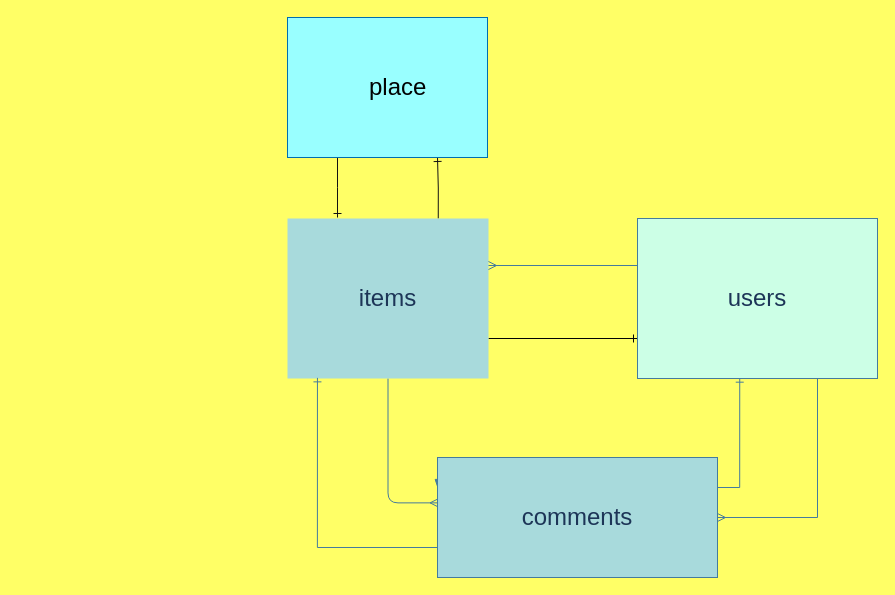
The draw.io diagram er.dio in tomichihi/furima-35519, before the edit. Source tidied: cells renumbered, new cells numbered last; positions are measured from the earlier drawing's top-left corner, leaving out a move shared by most shapes. Both pictures are drawn from the tidied source at 100%, with x=0, y=0 at pixel (287, 17).
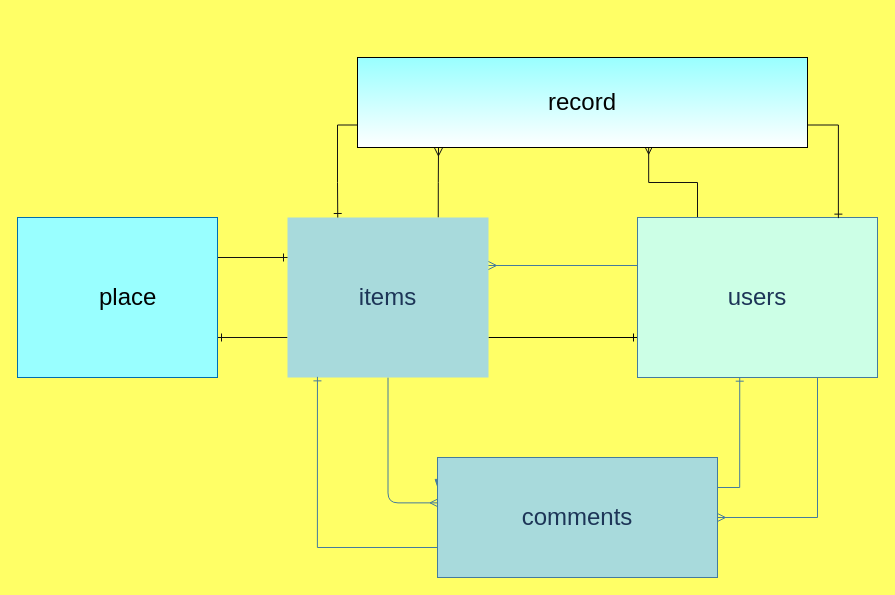
Above is the later version.

What changed in the source:
```diff
@@
-    <mxCell id="6" style="edgeStyle=orthogonalEdgeStyle;rounded=0;jettySize=auto;html=1;exitX=0.75;exitY=0;exitDx=0;exitDy=0;entryX=0.75;entryY=1;entryDx=0;entryDy=0;strokeColor=#121212;endArrow=ERone;endFill=0;" parent="1" edge="1" source="7" target="15">
+    <mxCell id="6" style="edgeStyle=orthogonalEdgeStyle;rounded=0;jettySize=auto;html=1;exitX=0;exitY=0.75;exitDx=0;exitDy=0;entryX=1;entryY=0.75;entryDx=0;entryDy=0;endArrow=ERone;endFill=0;strokeColor=#121212;" parent="1" edge="1" source="7" target="15">
       <mxGeometry relative="1" as="geometry" />
     </mxCell>
+    <mxCell id="16" style="edgeStyle=orthogonalEdgeStyle;rounded=0;jettySize=auto;html=1;exitX=0.75;exitY=0;exitDx=0;exitDy=0;entryX=0.18;entryY=1.004;entryDx=0;entryDy=0;entryPerimeter=0;endArrow=ERmany;endFill=0;strokeColor=#121212;" parent="1" edge="1" source="7" target="21">
+      <mxGeometry relative="1" as="geometry" />
+    </mxCell>
     <mxCell id="7" value="&lt;font style=&quot;font-size: 24px&quot;&gt;items&lt;/font&gt;" style="rounded=0;whiteSpace=wrap;html=1;fillColor=#A8DADC;fontColor=#1D3557;strokeColor=none;" parent="1" vertex="1">
-      <mxGeometry y="201" width="201" height="160" as="geometry" />
+      <mxGeometry y="200" width="201" height="160" as="geometry" />
     </mxCell>
@@
+    <mxCell id="17" style="edgeStyle=orthogonalEdgeStyle;rounded=0;jettySize=auto;html=1;exitX=0.25;exitY=0;exitDx=0;exitDy=0;entryX=0.647;entryY=0.985;entryDx=0;entryDy=0;entryPerimeter=0;endArrow=ERmany;endFill=0;strokeColor=#121212;" parent="1" edge="1" source="10" target="21">
+      <mxGeometry relative="1" as="geometry" />
+    </mxCell>
     <mxCell id="10" value="&lt;font style=&quot;font-size: 24px&quot;&gt;users&lt;/font&gt;" style="whiteSpace=wrap;html=1;strokeColor=#457B9D;fontColor=#1D3557;fillColor=#CCFFE6;" parent="1" vertex="1">
-      <mxGeometry x="350" y="201" width="240" height="160" as="geometry" />
+      <mxGeometry x="350" y="200" width="240" height="160" as="geometry" />
     </mxCell>
@@
-    <mxCell id="14" style="edgeStyle=orthogonalEdgeStyle;rounded=0;jettySize=auto;html=1;exitX=0.25;exitY=1;exitDx=0;exitDy=0;strokeColor=#121212;endArrow=ERone;endFill=0;" parent="1" edge="1" source="15">
-      <mxGeometry relative="1" as="geometry">
-        <mxPoint x="50" y="200" as="targetPoint" />
-      </mxGeometry>
-    </mxCell>
+    <mxCell id="18" style="edgeStyle=orthogonalEdgeStyle;rounded=0;jettySize=auto;html=1;exitX=1;exitY=0.25;exitDx=0;exitDy=0;entryX=0;entryY=0.25;entryDx=0;entryDy=0;endArrow=ERone;endFill=0;strokeColor=#121212;" parent="1" edge="1" source="15" target="7">
+      <mxGeometry relative="1" as="geometry" />
+    </mxCell>
     <mxCell id="15" value="&lt;blockquote style=&quot;margin: 0 0 0 40px ; border: none ; padding: 0px&quot;&gt;&lt;blockquote style=&quot;margin: 0 0 0 40px ; border: none ; padding: 0px&quot;&gt;&lt;div&gt;&lt;span style=&quot;font-size: 24px&quot;&gt;&lt;font color=&quot;#020303&quot;&gt;place&lt;/font&gt;&lt;/span&gt;&lt;/div&gt;&lt;/blockquote&gt;&lt;/blockquote&gt;" style="whiteSpace=wrap;html=1;strokeColor=#006EAF;fontColor=#ffffff;align=left;fillColor=#99FFFF;" parent="1" vertex="1">
-      <mxGeometry width="200" height="140" as="geometry" />
+      <mxGeometry x="-270" y="200" width="200" height="160" as="geometry" />
     </mxCell>
+    <mxCell id="19" style="edgeStyle=orthogonalEdgeStyle;rounded=0;jettySize=auto;html=1;exitX=1;exitY=0.75;exitDx=0;exitDy=0;entryX=0.837;entryY=0.004;entryDx=0;entryDy=0;entryPerimeter=0;endArrow=ERone;endFill=0;strokeColor=#121212;" parent="1" edge="1" source="21" target="10">
+      <mxGeometry relative="1" as="geometry" />
+    </mxCell>
+    <mxCell id="20" style="edgeStyle=orthogonalEdgeStyle;rounded=0;jettySize=auto;html=1;exitX=0;exitY=0.75;exitDx=0;exitDy=0;entryX=0.25;entryY=0;entryDx=0;entryDy=0;endArrow=ERone;endFill=0;strokeColor=#121212;" parent="1" edge="1" source="21" target="7">
+      <mxGeometry relative="1" as="geometry" />
+    </mxCell>
+    <mxCell id="21" value="&lt;font style=&quot;font-size: 24px&quot; color=&quot;#020303&quot;&gt;record&lt;/font&gt;" style="whiteSpace=wrap;html=1;fillColor=#99FFFF;gradientColor=#ffffff;align=center;" parent="1" vertex="1">
+      <mxGeometry x="70" y="40" width="450" height="90" as="geometry" />
+    </mxCell>
```
